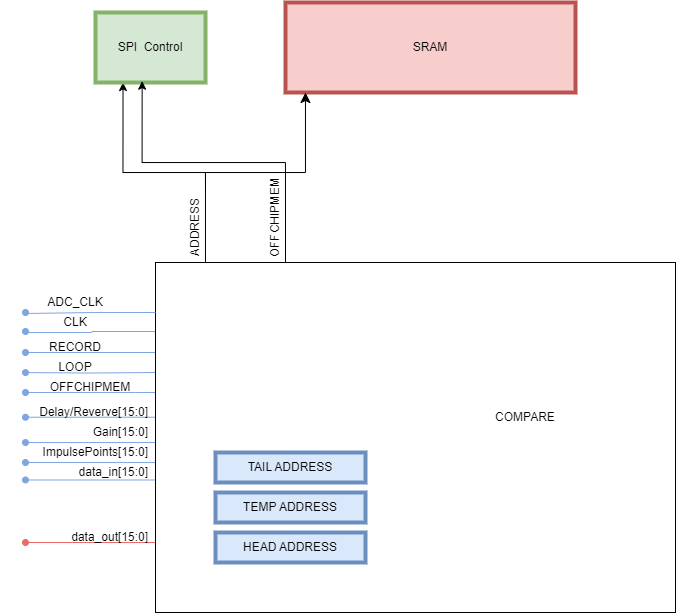
Earlier version of the draw.io export docs/images/MemoryController.drawio.png (sdmay24-21/ASIC-GuitarPedal). Source tidied: cells renumbered, new cells last; positions are measured from the earlier drawing's top-left corner, leaving out a move shared by most shapes.
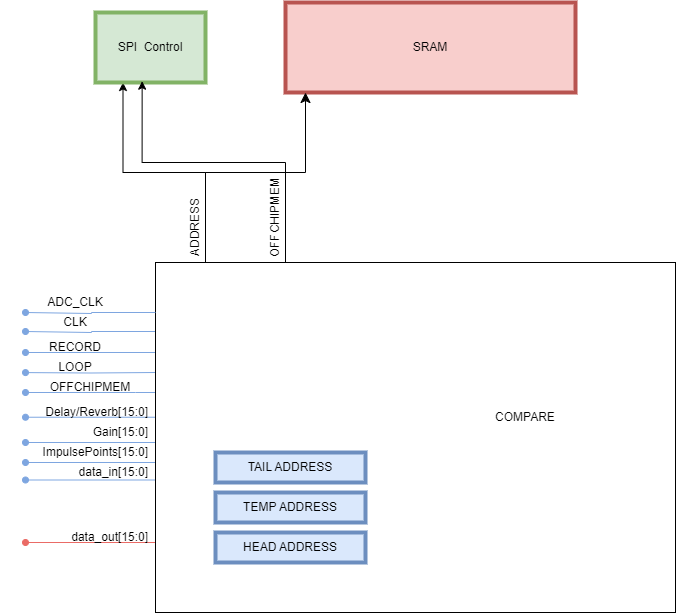
After the commit.

Commit message:
Fixed reverb spelling mistake

The edit, as a diff of the source:
```diff
@@ -123,7 +123,7 @@
     <mxCell id="21" value="OFFCHIPMEM" style="text;html=1;strokeColor=none;fillColor=none;align=center;verticalAlign=middle;whiteSpace=wrap;rounded=0;" parent="1" vertex="1">
       <mxGeometry x="45" y="370" width="90" height="30" as="geometry" />
     </mxCell>
-    <mxCell id="22" value="Delay/Reverve[15:0]" style="text;html=1;strokeColor=none;fillColor=none;align=right;verticalAlign=middle;whiteSpace=wrap;rounded=0;" parent="1" vertex="1">
+    <mxCell id="22" value="Delay/Reverb[15:0]" style="text;html=1;strokeColor=none;fillColor=none;align=right;verticalAlign=middle;whiteSpace=wrap;rounded=0;" parent="1" vertex="1">
       <mxGeometry y="400" width="150" height="20" as="geometry" />
     </mxCell>
     <mxCell id="23" value="ADDRESS" style="text;html=1;strokeColor=none;fillColor=none;align=center;verticalAlign=middle;whiteSpace=wrap;rounded=0;rotation=270;" parent="1" vertex="1">
```
